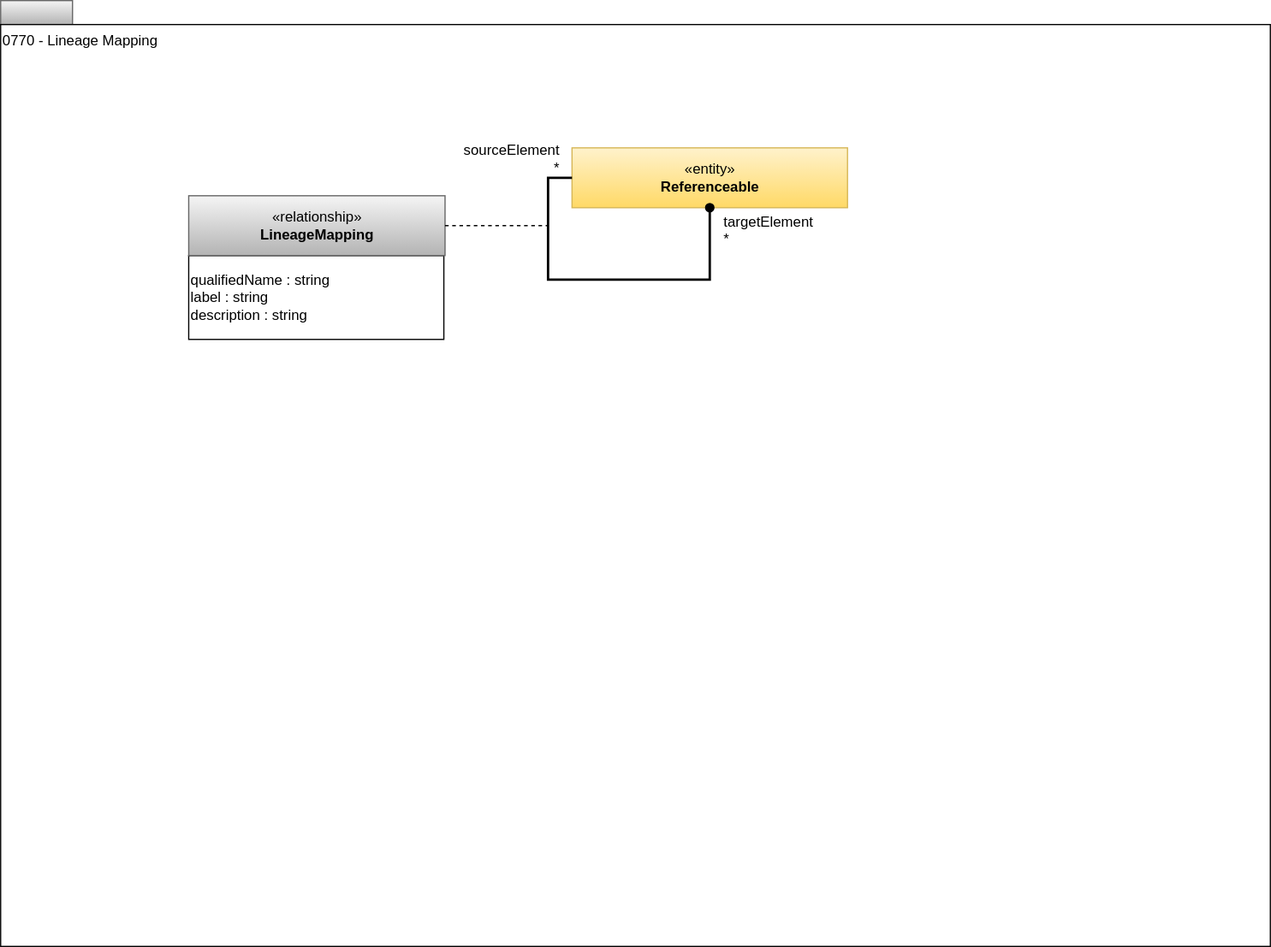
odpi/egeria-docs keeps this draw.io diagram as site/docs/types/7/0770-Lineage-Mapping.svg. Above is the earlier version. Source tidied: cells renumbered, new cells last; positions are measured from the earlier drawing's top-left corner, leaving out a move shared by most shapes.
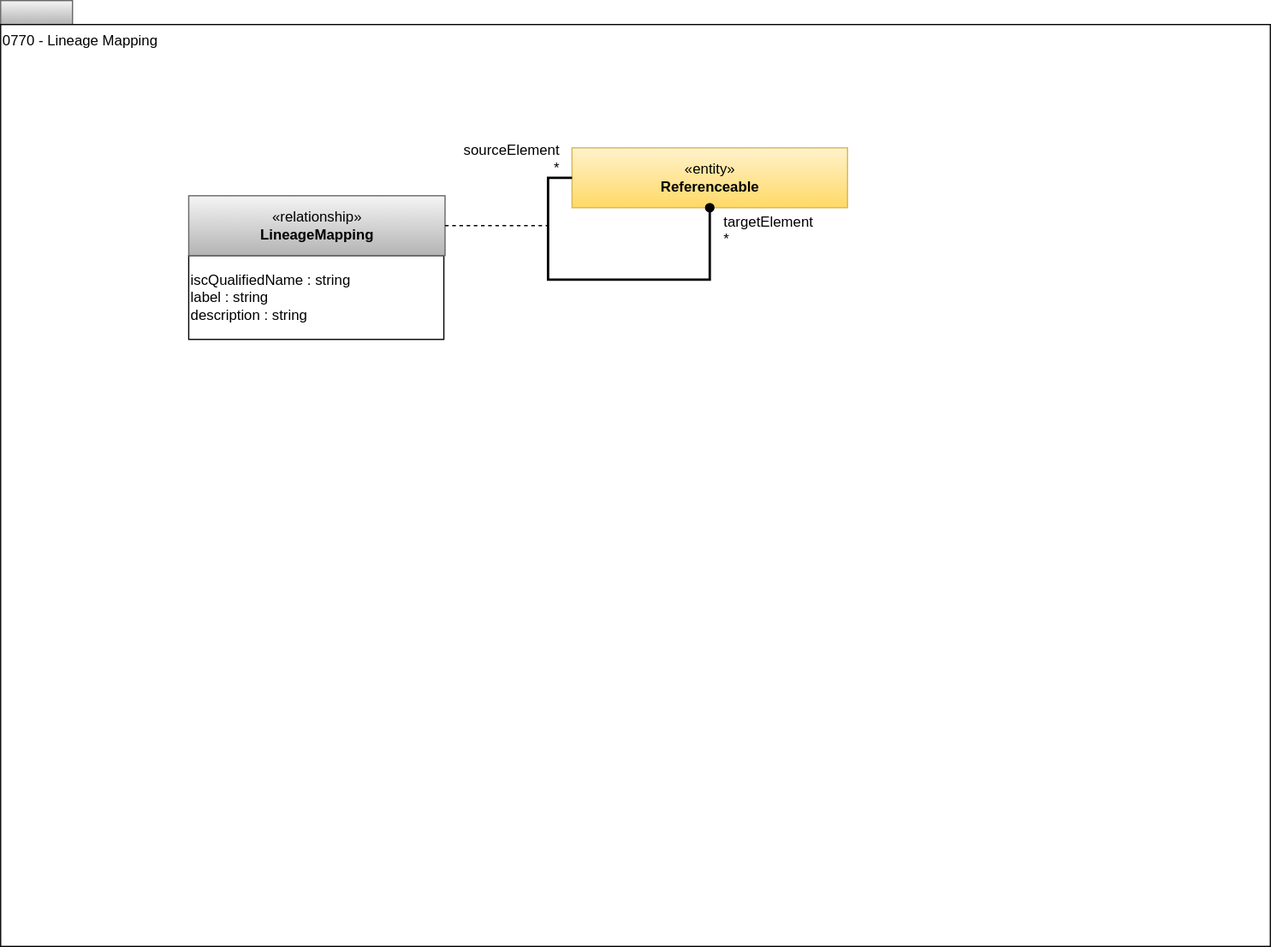
Later version of the same file.

Change to the diagram source:
```diff
@@ -11,7 +11,7 @@
     <mxCell id="4" value="«entity»&lt;br&gt;&lt;b&gt;Referenceable&lt;/b&gt;" style="html=1;strokeColor=#d6b656;align=center;fillColor=#fff2cc;gradientColor=#ffd966;" parent="1" vertex="1">
       <mxGeometry x="477" y="123" width="230" height="50" as="geometry" />
     </mxCell>
-    <mxCell id="5" value="&lt;div style=&quot;text-align: left&quot;&gt;qualifiedName : string&lt;/div&gt;&lt;div style=&quot;text-align: left&quot;&gt;label : string&lt;br&gt;description : string&lt;br&gt;&lt;/div&gt;" style="rounded=0;whiteSpace=wrap;html=1;strokeColor=#000000;gradientColor=#ffffff;align=left;" parent="1" vertex="1">
+    <mxCell id="5" value="&lt;div style=&quot;text-align: left&quot;&gt;iscQualifiedName : string&lt;/div&gt;&lt;div style=&quot;text-align: left&quot;&gt;label : string&lt;br&gt;description : string&lt;br&gt;&lt;/div&gt;" style="rounded=0;whiteSpace=wrap;html=1;strokeColor=#000000;gradientColor=#ffffff;align=left;" parent="1" vertex="1">
       <mxGeometry x="157" y="213" width="213" height="70" as="geometry" />
     </mxCell>
     <mxCell id="6" value="«relationship»&lt;br&gt;&lt;b&gt;LineageMapping&lt;/b&gt;" style="html=1;strokeColor=#666666;align=center;fillColor=#f5f5f5;gradientColor=#b3b3b3;" parent="1" vertex="1">
```
